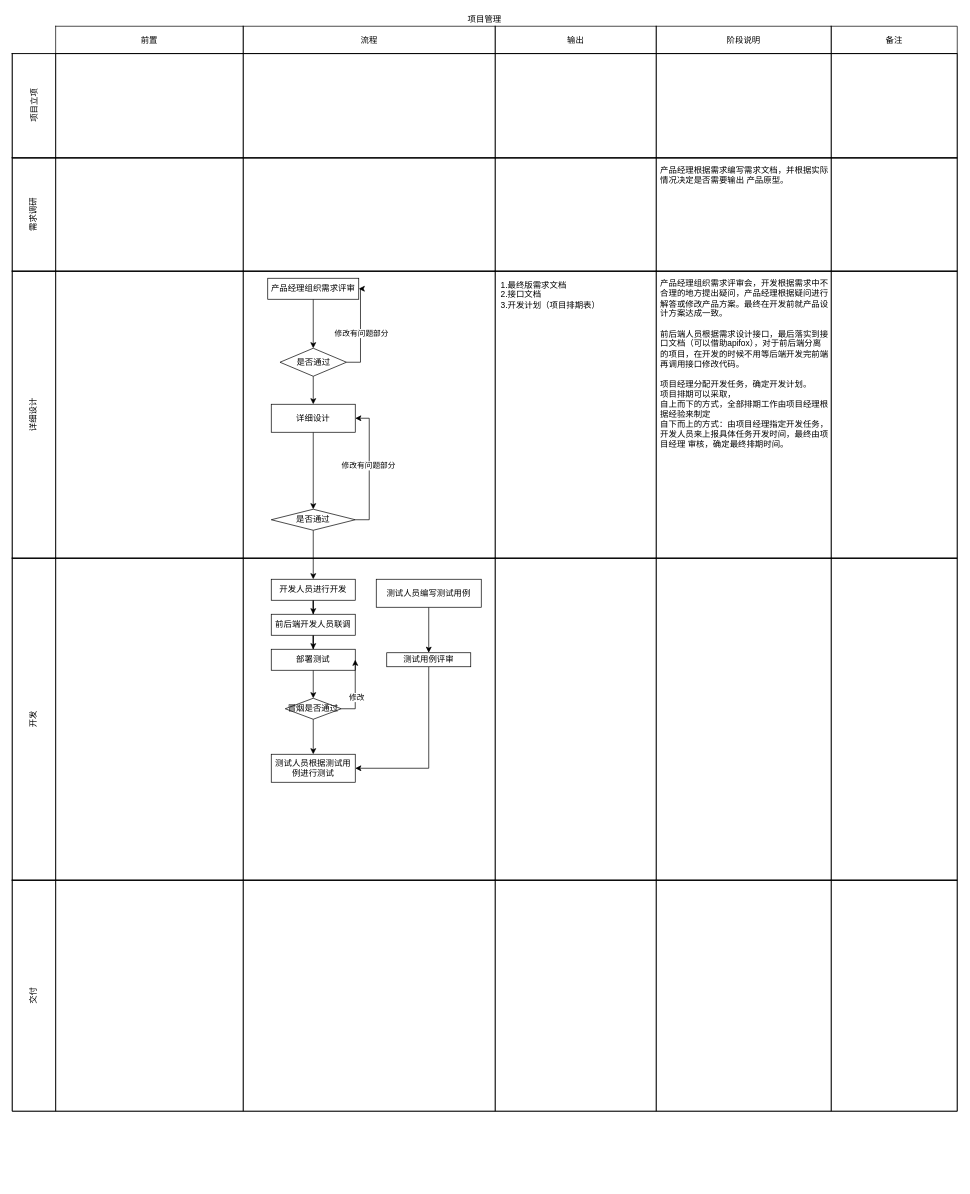
Before: 未命名绘图.drawio in uiwifi/test, a draw.io diagram. Source tidied: cells renumbered, new cells numbered last; positions are measured from the earlier drawing's top-left corner, leaving out a move shared by most shapes. Both pictures are drawn from the tidied source at 70%, with x=0, y=0 at pixel (12, 12).
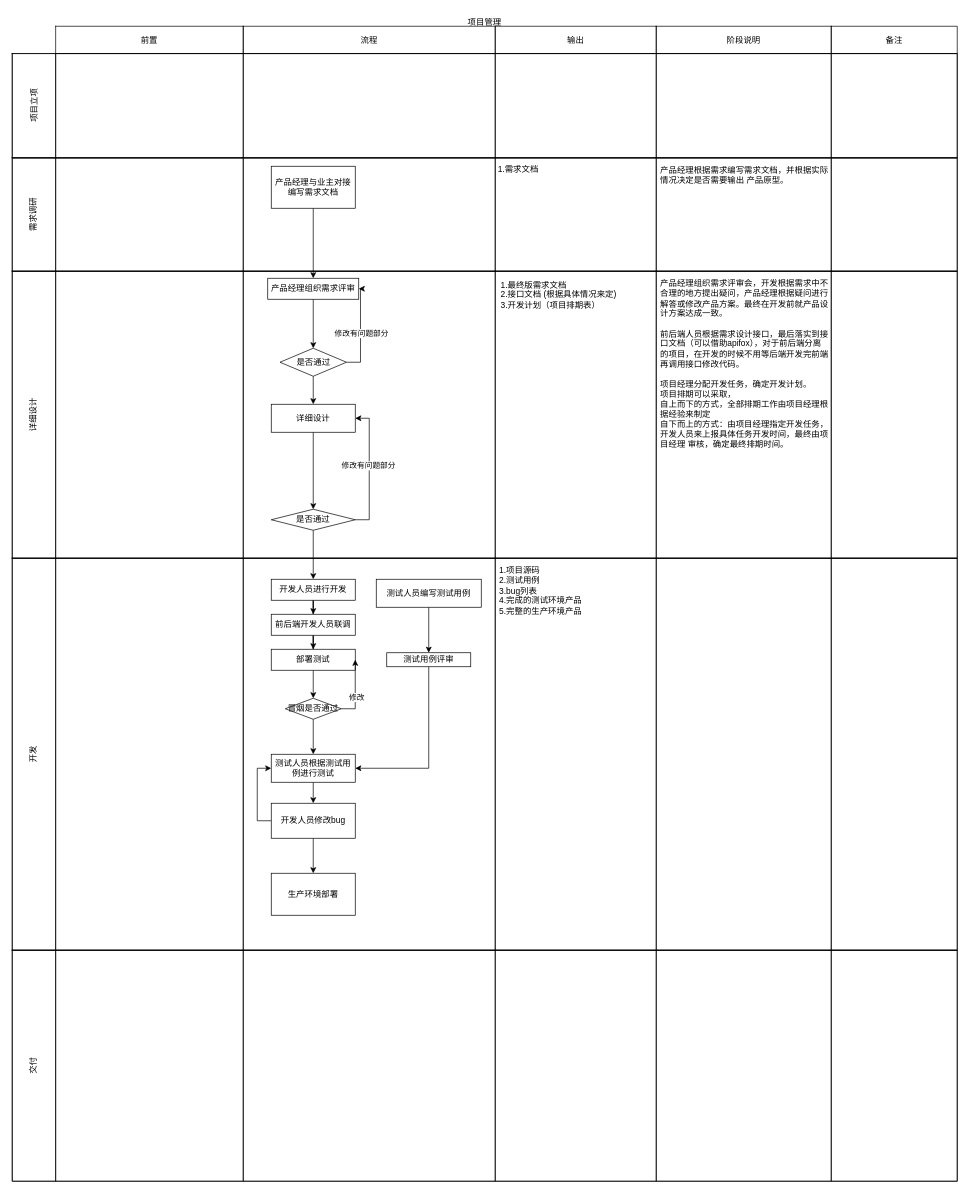
The same diagram, later.

Commit message:
项目管理流程图

The change refers to these unchanged cells:
```xml
<mxCell id="17" style="shape=partialRectangle;html=1;whiteSpace=wrap;fillColor=none;top=1;left=1;bottom=1;right=1;" parent="2" vertex="1">
  <mxGeometry y="208" width="1350" height="162" as="geometry" />
</mxCell>
<mxCell id="24" style="shape=partialRectangle;html=1;whiteSpace=wrap;fillColor=none;top=1;left=1;bottom=1;right=1;" parent="2" vertex="1">
  <mxGeometry y="370" width="1350" height="410" as="geometry" />
</mxCell>
<mxCell id="46" value="产品经理组织需求评审" style="rounded=0;whiteSpace=wrap;html=1;" parent="1" vertex="1">
  <mxGeometry x="365" y="380" width="130" height="30" as="geometry" />
</mxCell>
<mxCell id="64" value="测试人员根据测试用例进行测试" style="whiteSpace=wrap;html=1;fillColor=rgb(255, 255, 255);rounded=0;" parent="1" vertex="1">
  <mxGeometry x="370" y="1060" width="120" height="40" as="geometry" />
</mxCell>
```

The edit, as a diff of the source:
```diff
@@
-    <mxCell id="2" value="项目管理" style="shape=table;html=1;whiteSpace=wrap;startSize=20;childLayout=tableLayout;fillColor=none;swimlaneFillColor=#ffffff;strokeColor=none;" parent="1" vertex="1">
-      <mxGeometry width="1350" height="1570" as="geometry" />
+    <mxCell id="2" value="项目管理" style="shape=table;html=1;whiteSpace=wrap;startSize=20;childLayout=tableLayout;fillColor=none;swimlaneFillColor=#ffffff;strokeColor=none;verticalAlign=top;" parent="1" vertex="1">
+      <mxGeometry width="1350" height="1670" as="geometry" />
     </mxCell>
@@
-    <mxCell id="21" style="shape=partialRectangle;html=1;whiteSpace=wrap;fillColor=none;top=1;left=1;bottom=1;right=1;overflow=hidden;" parent="17" vertex="1">
+    <mxCell id="21" value="1.需求文档" style="shape=partialRectangle;html=1;whiteSpace=wrap;fillColor=none;top=1;left=1;bottom=1;right=1;overflow=hidden;align=left;verticalAlign=top;spacingTop=2;spacingLeft=2;spacingBottom=2;spacingRight=2;" parent="17" vertex="1">
       <mxGeometry x="690" width="230" height="162" as="geometry" />
     </mxCell>
@@
-    <mxCell id="28" value="1.最终版需求文档&lt;br&gt;2.接口文档&lt;br&gt;3.开发计划（项目排期表）" style="shape=partialRectangle;html=1;whiteSpace=wrap;fillColor=none;top=1;left=1;bottom=1;right=1;overflow=hidden;align=left;verticalAlign=top;spacingTop=4;spacingLeft=4;spacingBottom=4;spacingRight=4;spacing=4;" parent="24" vertex="1">
+    <mxCell id="28" value="1.最终版需求文档&lt;br&gt;2.接口文档 (根据具体情况来定)&lt;br&gt;3.开发计划（项目排期表）" style="shape=partialRectangle;html=1;whiteSpace=wrap;fillColor=none;top=1;left=1;bottom=1;right=1;overflow=hidden;align=left;verticalAlign=top;spacingTop=4;spacingLeft=4;spacingBottom=4;spacingRight=4;spacing=4;" parent="24" vertex="1">
       <mxGeometry x="690" width="230" height="410" as="geometry" />
     </mxCell>
@@
-    <mxCell id="31" style="shape=partialRectangle;html=1;whiteSpace=wrap;fillColor=none;top=1;left=1;bottom=1;right=1;" parent="2" vertex="1">
-      <mxGeometry y="780" width="1350" height="460" as="geometry" />
+    <mxCell id="31" style="shape=partialRectangle;html=1;whiteSpace=wrap;fillColor=none;top=1;left=1;bottom=1;right=1;verticalAlign=top;" parent="2" vertex="1">
+      <mxGeometry y="780" width="1350" height="560" as="geometry" />
     </mxCell>
     <mxCell id="32" value="开发" style="shape=partialRectangle;html=1;whiteSpace=wrap;fillColor=none;top=1;left=1;bottom=1;right=1;overflow=hidden;horizontal=0;" parent="31" vertex="1">
-      <mxGeometry width="62" height="460" as="geometry" />
+      <mxGeometry width="62" height="560" as="geometry" />
     </mxCell>
     <mxCell id="33" style="shape=partialRectangle;html=1;whiteSpace=wrap;fillColor=none;top=1;left=1;bottom=1;right=1;overflow=hidden;" parent="31" vertex="1">
-      <mxGeometry x="62" width="268" height="460" as="geometry" />
+      <mxGeometry x="62" width="268" height="560" as="geometry" />
     </mxCell>
     <mxCell id="34" style="shape=partialRectangle;html=1;whiteSpace=wrap;fillColor=none;top=1;left=1;bottom=1;right=1;overflow=hidden;" parent="31" vertex="1">
-      <mxGeometry x="330" width="360" height="460" as="geometry" />
+      <mxGeometry x="330" width="360" height="560" as="geometry" />
     </mxCell>
-    <mxCell id="35" style="shape=partialRectangle;html=1;whiteSpace=wrap;fillColor=none;top=1;left=1;bottom=1;right=1;overflow=hidden;" parent="31" vertex="1">
-      <mxGeometry x="690" width="230" height="460" as="geometry" />
+    <mxCell id="35" value="1.项目源码&lt;br&gt;2.测试用例&lt;br&gt;3.bug列表&lt;br&gt;4.完成的测试环境产品&lt;br&gt;5.完整的生产环境产品" style="shape=partialRectangle;html=1;whiteSpace=wrap;fillColor=none;top=1;left=1;bottom=1;right=1;overflow=hidden;align=left;verticalAlign=top;spacingTop=4;spacingLeft=4;spacingBottom=4;spacingRight=4;" parent="31" vertex="1">
+      <mxGeometry x="690" width="230" height="560" as="geometry" />
     </mxCell>
     <mxCell id="36" style="shape=partialRectangle;html=1;whiteSpace=wrap;fillColor=none;top=1;left=1;bottom=1;right=1;overflow=hidden;" parent="31" vertex="1">
-      <mxGeometry x="920" width="250" height="460" as="geometry" />
+      <mxGeometry x="920" width="250" height="560" as="geometry" />
     </mxCell>
     <mxCell id="37" style="shape=partialRectangle;html=1;whiteSpace=wrap;fillColor=none;top=1;left=1;bottom=1;right=1;overflow=hidden;" parent="31" vertex="1">
-      <mxGeometry x="1170" width="180" height="460" as="geometry" />
+      <mxGeometry x="1170" width="180" height="560" as="geometry" />
     </mxCell>
     <mxCell id="38" style="shape=partialRectangle;html=1;whiteSpace=wrap;fillColor=none;top=1;left=1;bottom=1;right=1;" parent="2" vertex="1">
-      <mxGeometry y="1240" width="1350" height="330" as="geometry" />
+      <mxGeometry y="1340" width="1350" height="330" as="geometry" />
     </mxCell>
@@
+    <mxCell id="73" style="edgeStyle=orthogonalEdgeStyle;rounded=0;jettySize=auto;html=1;exitX=0.5;exitY=1;exitDx=0;exitDy=0;entryX=0.5;entryY=0;entryDx=0;entryDy=0;" parent="1" edge="1" source="64" target="76">
+      <mxGeometry relative="1" as="geometry" />
+    </mxCell>
@@
+    <mxCell id="74" style="edgeStyle=orthogonalEdgeStyle;rounded=0;jettySize=auto;html=1;exitX=0;exitY=0.5;exitDx=0;exitDy=0;entryX=0;entryY=0.5;entryDx=0;entryDy=0;" parent="1" edge="1" source="76" target="64">
+      <mxGeometry relative="1" as="geometry" />
+    </mxCell>
+    <mxCell id="75" style="edgeStyle=orthogonalEdgeStyle;rounded=0;jettySize=auto;html=1;exitX=0.5;exitY=1;exitDx=0;exitDy=0;entryX=0.5;entryY=0;entryDx=0;entryDy=0;" parent="1" edge="1" source="76" target="77">
+      <mxGeometry relative="1" as="geometry" />
+    </mxCell>
+    <mxCell id="76" value="开发人员修改bug" style="rounded=0;whiteSpace=wrap;html=1;" parent="1" vertex="1">
+      <mxGeometry x="370" y="1130" width="120" height="50" as="geometry" />
+    </mxCell>
+    <mxCell id="77" value="生产环境部署" style="rounded=0;whiteSpace=wrap;html=1;" parent="1" vertex="1">
+      <mxGeometry x="370" y="1230" width="120" height="60" as="geometry" />
+    </mxCell>
+    <mxCell id="78" style="edgeStyle=orthogonalEdgeStyle;rounded=0;jettySize=auto;html=1;exitX=0.5;exitY=1;exitDx=0;exitDy=0;" parent="1" edge="1" source="79" target="46">
+      <mxGeometry relative="1" as="geometry" />
+    </mxCell>
+    <mxCell id="79" value="产品经理与业主对接编写需求文档" style="rounded=0;whiteSpace=wrap;html=1;" parent="1" vertex="1">
+      <mxGeometry x="370" y="220" width="120" height="60" as="geometry" />
+    </mxCell>
```
